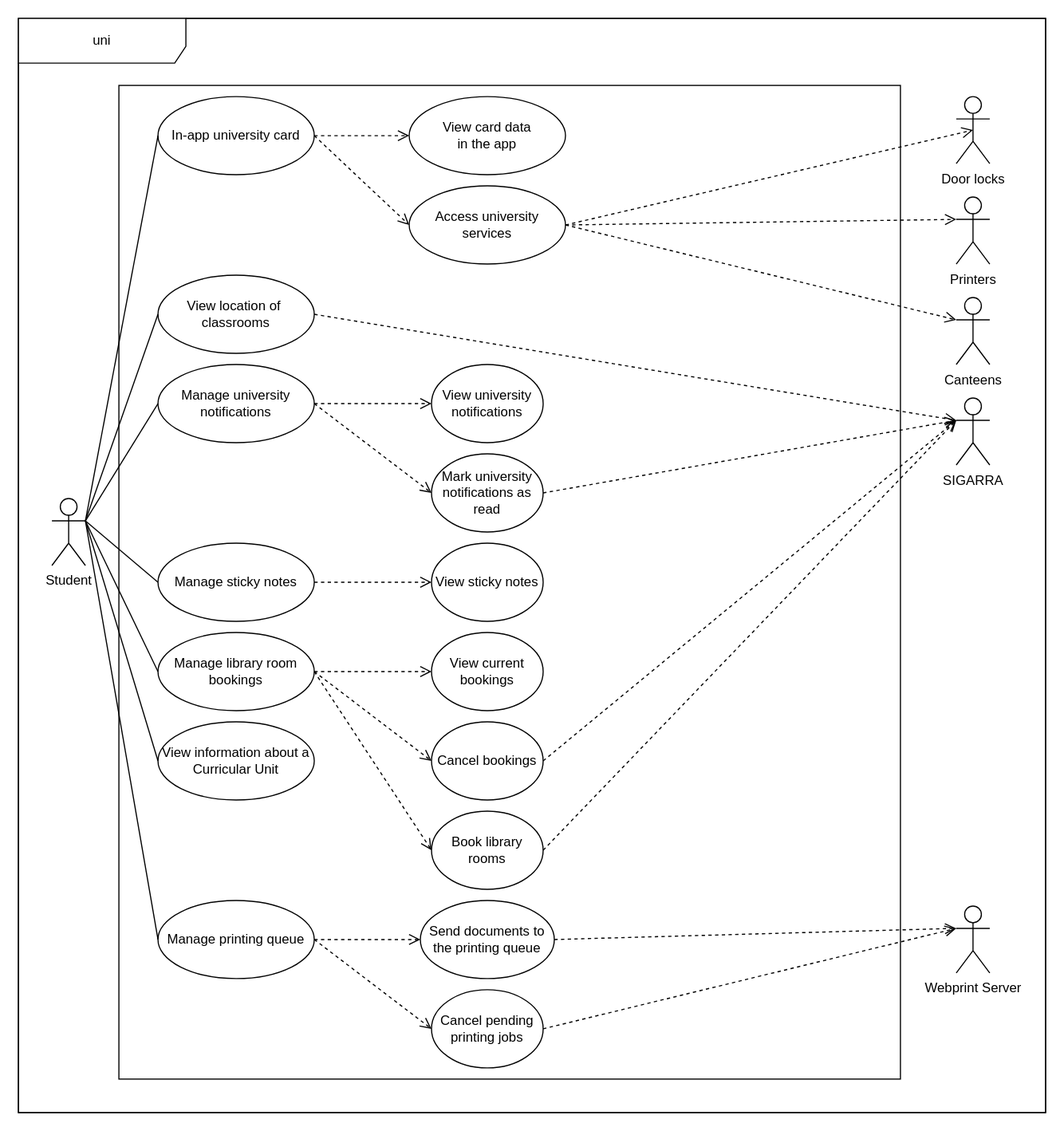
This is docs/diagrams/svg/use-case.svg from LEIC-ES-2021-22/2LEIC09T3, a draw.io export, as it was before one commit. Source tidied: cells renumbered, new cells last; positions are measured from the earlier drawing's top-left corner, leaving out a move shared by most shapes. Source of this version:
```xml
<mxGraphModel>
  <root>
    <mxCell id="0" />
    <mxCell id="1" parent="0" />
    <mxCell id="2" style="rounded=0;whiteSpace=wrap;html=1;fillColor=#FFFFFF;" parent="1" vertex="1">
      <mxGeometry width="920" height="980" as="geometry" />
    </mxCell>
    <mxCell id="3" value="uni" style="shape=umlFrame;whiteSpace=wrap;html=1;width=150;height=40;" parent="1" vertex="1">
      <mxGeometry width="920" height="980" as="geometry" />
    </mxCell>
    <mxCell id="4" style="html=1;verticalAlign=top;" parent="1" vertex="1">
      <mxGeometry x="90" y="60" width="700" height="890" as="geometry" />
    </mxCell>
    <mxCell id="5" value="&lt;div&gt;Student&lt;/div&gt;" style="shape=umlActor;verticalLabelPosition=bottom;verticalAlign=top;html=1;outlineConnect=0;fillColor=rgb(255, 255, 255);strokeColor=rgb(0, 0, 0);fontColor=rgb(0, 0, 0);" parent="1" vertex="1">
      <mxGeometry x="30" y="430" width="30" height="60" as="geometry" />
    </mxCell>
    <mxCell id="6" value="In-app university card" style="ellipse;whiteSpace=wrap;html=1;" parent="1" vertex="1">
      <mxGeometry x="125" y="70" width="140" height="70" as="geometry" />
    </mxCell>
    <mxCell id="7" value="Door locks" style="shape=umlActor;verticalLabelPosition=bottom;verticalAlign=top;html=1;outlineConnect=0;fillColor=rgb(255, 255, 255);strokeColor=rgb(0, 0, 0);fontColor=rgb(0, 0, 0);" parent="1" vertex="1">
      <mxGeometry x="840" y="70" width="30" height="60" as="geometry" />
    </mxCell>
    <mxCell id="8" style="endArrow=none;html=1;rounded=0;entryX=0;entryY=0.5;entryDx=0;entryDy=0;exitX=1;exitY=0.3333333333333333;exitDx=0;exitDy=0;exitPerimeter=0;" parent="1" edge="1" source="5" target="6">
      <mxGeometry relative="1" as="geometry" />
    </mxCell>
    <mxCell id="9" value="Access university&lt;br&gt;services" style="ellipse;whiteSpace=wrap;html=1;" parent="1" vertex="1">
      <mxGeometry x="350" y="150" width="140" height="70" as="geometry" />
    </mxCell>
    <mxCell id="10" value="View location of&amp;nbsp;&lt;br&gt;classrooms" style="ellipse;whiteSpace=wrap;html=1;" parent="1" vertex="1">
      <mxGeometry x="125" y="230" width="140" height="70" as="geometry" />
    </mxCell>
    <mxCell id="11" value="Manage university notifications" style="ellipse;whiteSpace=wrap;html=1;" parent="1" vertex="1">
      <mxGeometry x="125" y="310" width="140" height="70" as="geometry" />
    </mxCell>
    <mxCell id="12" value="Manage sticky notes" style="ellipse;whiteSpace=wrap;html=1;" parent="1" vertex="1">
      <mxGeometry x="125" y="470" width="140" height="70" as="geometry" />
    </mxCell>
    <mxCell id="13" value="Manage library room bookings" style="ellipse;whiteSpace=wrap;html=1;" parent="1" vertex="1">
      <mxGeometry x="125" y="550" width="140" height="70" as="geometry" />
    </mxCell>
    <mxCell id="14" value="Printers" style="shape=umlActor;verticalLabelPosition=bottom;verticalAlign=top;html=1;outlineConnect=0;fillColor=rgb(255, 255, 255);strokeColor=rgb(0, 0, 0);fontColor=rgb(0, 0, 0);" parent="1" vertex="1">
      <mxGeometry x="840" y="160" width="30" height="60" as="geometry" />
    </mxCell>
    <mxCell id="15" value="Canteens" style="shape=umlActor;verticalLabelPosition=bottom;verticalAlign=top;html=1;outlineConnect=0;fillColor=rgb(255, 255, 255);strokeColor=rgb(0, 0, 0);fontColor=rgb(0, 0, 0);" parent="1" vertex="1">
      <mxGeometry x="840" y="250" width="30" height="60" as="geometry" />
    </mxCell>
    <mxCell id="16" style="html=1;verticalAlign=bottom;endArrow=open;dashed=1;endSize=8;rounded=0;exitX=1;exitY=0.5;exitDx=0;exitDy=0;entryX=0.5;entryY=0.5;entryDx=0;entryDy=0;entryPerimeter=0;" parent="1" edge="1" source="9" target="7">
      <mxGeometry relative="1" as="geometry" />
    </mxCell>
    <mxCell id="17" style="html=1;verticalAlign=bottom;endArrow=open;dashed=1;endSize=8;rounded=0;exitX=1;exitY=0.5;exitDx=0;exitDy=0;entryX=0;entryY=0.3333333333333333;entryDx=0;entryDy=0;entryPerimeter=0;" parent="1" edge="1" source="9" target="14">
      <mxGeometry relative="1" as="geometry" />
    </mxCell>
    <mxCell id="18" style="html=1;verticalAlign=bottom;endArrow=open;dashed=1;endSize=8;rounded=0;exitX=1;exitY=0.5;exitDx=0;exitDy=0;entryX=0;entryY=0.3333333333333333;entryDx=0;entryDy=0;entryPerimeter=0;" parent="1" edge="1" source="9" target="15">
      <mxGeometry relative="1" as="geometry" />
    </mxCell>
    <mxCell id="19" style="endArrow=none;html=1;rounded=0;entryX=0;entryY=0.5;entryDx=0;entryDy=0;exitX=1;exitY=0.3333333333333333;exitDx=0;exitDy=0;exitPerimeter=0;" parent="1" edge="1" source="5" target="10">
      <mxGeometry relative="1" as="geometry" />
    </mxCell>
    <mxCell id="20" value="View university notifications" style="ellipse;whiteSpace=wrap;html=1;" parent="1" vertex="1">
      <mxGeometry x="370" y="310" width="100" height="70" as="geometry" />
    </mxCell>
    <mxCell id="21" style="html=1;verticalAlign=bottom;endArrow=open;dashed=1;endSize=8;rounded=0;exitX=1;exitY=0.5;exitDx=0;exitDy=0;entryX=0;entryY=0.5;entryDx=0;entryDy=0;" parent="1" edge="1" source="11" target="20">
      <mxGeometry relative="1" as="geometry" />
    </mxCell>
    <mxCell id="22" style="endArrow=none;html=1;rounded=0;entryX=0;entryY=0.5;entryDx=0;entryDy=0;exitX=1;exitY=0.3333333333333333;exitDx=0;exitDy=0;exitPerimeter=0;" parent="1" edge="1" source="5" target="11">
      <mxGeometry relative="1" as="geometry" />
    </mxCell>
    <mxCell id="23" style="html=1;verticalAlign=bottom;endArrow=open;dashed=1;endSize=8;rounded=0;entryX=0;entryY=0.5;entryDx=0;entryDy=0;exitX=1;exitY=0.5;exitDx=0;exitDy=0;" parent="1" edge="1" source="12" target="29">
      <mxGeometry relative="1" as="geometry" />
    </mxCell>
    <mxCell id="24" style="endArrow=none;html=1;rounded=0;entryX=0;entryY=0.5;entryDx=0;entryDy=0;exitX=1;exitY=0.3333333333333333;exitDx=0;exitDy=0;exitPerimeter=0;" parent="1" edge="1" source="5" target="12">
      <mxGeometry relative="1" as="geometry" />
    </mxCell>
    <mxCell id="25" style="html=1;verticalAlign=bottom;endArrow=open;dashed=1;endSize=8;rounded=0;exitX=1;exitY=0.5;exitDx=0;exitDy=0;entryX=0;entryY=0.5;entryDx=0;entryDy=0;" parent="1" edge="1" source="13" target="30">
      <mxGeometry relative="1" as="geometry" />
    </mxCell>
    <mxCell id="26" style="endArrow=none;html=1;rounded=0;exitX=0;exitY=0.5;exitDx=0;exitDy=0;entryX=1;entryY=0.3333333333333333;entryDx=0;entryDy=0;entryPerimeter=0;" parent="1" edge="1" source="13" target="5">
      <mxGeometry relative="1" as="geometry" />
    </mxCell>
    <mxCell id="27" value="Manage printing queue" style="ellipse;whiteSpace=wrap;html=1;" parent="1" vertex="1">
      <mxGeometry x="125" y="790" width="140" height="70" as="geometry" />
    </mxCell>
    <mxCell id="28" value="View information about a Curricular Unit" style="ellipse;whiteSpace=wrap;html=1;" parent="1" vertex="1">
      <mxGeometry x="125" y="630" width="140" height="70" as="geometry" />
    </mxCell>
    <mxCell id="29" value="View sticky notes" style="ellipse;whiteSpace=wrap;html=1;" parent="1" vertex="1">
      <mxGeometry x="370" y="470" width="100" height="70" as="geometry" />
    </mxCell>
    <mxCell id="30" value="View current bookings" style="ellipse;whiteSpace=wrap;html=1;" parent="1" vertex="1">
      <mxGeometry x="370" y="550" width="100" height="70" as="geometry" />
    </mxCell>
    <mxCell id="31" value="Send documents to the printing queue" style="ellipse;whiteSpace=wrap;html=1;" parent="1" vertex="1">
      <mxGeometry x="360" y="790" width="120" height="70" as="geometry" />
    </mxCell>
    <mxCell id="32" style="endArrow=none;html=1;rounded=0;entryX=0;entryY=0.5;entryDx=0;entryDy=0;exitX=1;exitY=0.3333333333333333;exitDx=0;exitDy=0;exitPerimeter=0;" parent="1" edge="1" source="5" target="27">
      <mxGeometry relative="1" as="geometry" />
    </mxCell>
    <mxCell id="33" style="endArrow=none;html=1;rounded=0;entryX=0;entryY=0.5;entryDx=0;entryDy=0;exitX=1;exitY=0.3333333333333333;exitDx=0;exitDy=0;exitPerimeter=0;" parent="1" edge="1" source="5" target="28">
      <mxGeometry relative="1" as="geometry" />
    </mxCell>
    <mxCell id="34" value="SIGARRA" style="shape=umlActor;verticalLabelPosition=bottom;verticalAlign=top;html=1;outlineConnect=0;fillColor=rgb(255, 255, 255);strokeColor=rgb(0, 0, 0);fontColor=rgb(0, 0, 0);" parent="1" vertex="1">
      <mxGeometry x="840" y="340" width="30" height="60" as="geometry" />
    </mxCell>
    <mxCell id="35" value="Webprint Server" style="shape=umlActor;verticalLabelPosition=bottom;verticalAlign=top;html=1;outlineConnect=0;fillColor=rgb(255, 255, 255);strokeColor=rgb(0, 0, 0);fontColor=rgb(0, 0, 0);" parent="1" vertex="1">
      <mxGeometry x="840" y="795" width="30" height="60" as="geometry" />
    </mxCell>
    <mxCell id="36" style="html=1;verticalAlign=bottom;endArrow=open;dashed=1;endSize=8;rounded=0;exitX=1;exitY=0.5;exitDx=0;exitDy=0;entryX=0;entryY=0.3333333333333333;entryDx=0;entryDy=0;entryPerimeter=0;" parent="1" edge="1" source="10" target="34">
      <mxGeometry relative="1" as="geometry" />
    </mxCell>
    <mxCell id="37" value="View card data&lt;br&gt;in the app" style="ellipse;whiteSpace=wrap;html=1;" parent="1" vertex="1">
      <mxGeometry x="350" y="70" width="140" height="70" as="geometry" />
    </mxCell>
    <mxCell id="38" style="html=1;verticalAlign=bottom;endArrow=open;dashed=1;endSize=8;rounded=0;exitX=1;exitY=0.5;exitDx=0;exitDy=0;entryX=0;entryY=0.5;entryDx=0;entryDy=0;" parent="1" edge="1" source="6" target="9">
      <mxGeometry relative="1" as="geometry" />
    </mxCell>
    <mxCell id="39" style="html=1;verticalAlign=bottom;endArrow=open;dashed=1;endSize=8;rounded=0;exitX=1;exitY=0.5;exitDx=0;exitDy=0;entryX=0;entryY=0.5;entryDx=0;entryDy=0;" parent="1" edge="1" source="6" target="37">
      <mxGeometry relative="1" as="geometry" />
    </mxCell>
    <mxCell id="40" value="Mark university notifications as read" style="ellipse;whiteSpace=wrap;html=1;" parent="1" vertex="1">
      <mxGeometry x="370" y="390" width="100" height="70" as="geometry" />
    </mxCell>
    <mxCell id="41" style="html=1;verticalAlign=bottom;endArrow=open;dashed=1;endSize=8;rounded=0;exitX=1;exitY=0.5;exitDx=0;exitDy=0;entryX=0;entryY=0.5;entryDx=0;entryDy=0;" parent="1" edge="1" source="11" target="40">
      <mxGeometry relative="1" as="geometry" />
    </mxCell>
    <mxCell id="42" style="html=1;verticalAlign=bottom;endArrow=open;dashed=1;endSize=8;rounded=0;exitX=1;exitY=0.5;exitDx=0;exitDy=0;" parent="1" edge="1" source="40">
      <mxGeometry relative="1" as="geometry">
        <mxPoint x="840" y="360" as="targetPoint" />
      </mxGeometry>
    </mxCell>
    <mxCell id="43" value="Cancel bookings" style="ellipse;whiteSpace=wrap;html=1;" parent="1" vertex="1">
      <mxGeometry x="370" y="630" width="100" height="70" as="geometry" />
    </mxCell>
    <mxCell id="44" style="html=1;verticalAlign=bottom;endArrow=open;dashed=1;endSize=8;rounded=0;exitX=1;exitY=0.5;exitDx=0;exitDy=0;entryX=0;entryY=0.5;entryDx=0;entryDy=0;" parent="1" edge="1" source="13" target="43">
      <mxGeometry relative="1" as="geometry" />
    </mxCell>
    <mxCell id="45" value="Book library rooms" style="ellipse;whiteSpace=wrap;html=1;" parent="1" vertex="1">
      <mxGeometry x="370" y="710" width="100" height="70" as="geometry" />
    </mxCell>
    <mxCell id="46" style="html=1;verticalAlign=bottom;endArrow=open;dashed=1;endSize=8;rounded=0;exitX=1;exitY=0.5;exitDx=0;exitDy=0;entryX=0;entryY=0.5;entryDx=0;entryDy=0;" parent="1" edge="1" source="27" target="31">
      <mxGeometry relative="1" as="geometry" />
    </mxCell>
    <mxCell id="47" value="Cancel pending printing jobs" style="ellipse;whiteSpace=wrap;html=1;" parent="1" vertex="1">
      <mxGeometry x="370" y="870" width="100" height="70" as="geometry" />
    </mxCell>
    <mxCell id="48" style="html=1;verticalAlign=bottom;endArrow=open;dashed=1;endSize=8;rounded=0;exitX=1;exitY=0.5;exitDx=0;exitDy=0;entryX=0;entryY=0.5;entryDx=0;entryDy=0;" parent="1" edge="1" source="13" target="45">
      <mxGeometry relative="1" as="geometry" />
    </mxCell>
    <mxCell id="49" style="html=1;verticalAlign=bottom;endArrow=open;dashed=1;endSize=8;rounded=0;exitX=1;exitY=0.5;exitDx=0;exitDy=0;entryX=0;entryY=0.5;entryDx=0;entryDy=0;" parent="1" edge="1" source="27" target="47">
      <mxGeometry relative="1" as="geometry" />
    </mxCell>
    <mxCell id="50" style="html=1;verticalAlign=bottom;endArrow=open;dashed=1;endSize=8;rounded=0;exitX=1;exitY=0.5;exitDx=0;exitDy=0;entryX=0;entryY=0.3333333333333333;entryDx=0;entryDy=0;entryPerimeter=0;" parent="1" edge="1" source="31" target="35">
      <mxGeometry relative="1" as="geometry" />
    </mxCell>
    <mxCell id="51" style="html=1;verticalAlign=bottom;endArrow=open;dashed=1;endSize=8;rounded=0;exitX=1;exitY=0.5;exitDx=0;exitDy=0;entryX=0;entryY=0.3333333333333333;entryDx=0;entryDy=0;entryPerimeter=0;" parent="1" edge="1" source="47" target="35">
      <mxGeometry relative="1" as="geometry" />
    </mxCell>
    <mxCell id="52" style="html=1;verticalAlign=bottom;endArrow=open;dashed=1;endSize=8;rounded=0;exitX=1;exitY=0.5;exitDx=0;exitDy=0;entryX=0;entryY=0.3333333333333333;entryDx=0;entryDy=0;entryPerimeter=0;" parent="1" edge="1" source="43" target="34">
      <mxGeometry relative="1" as="geometry" />
    </mxCell>
    <mxCell id="53" style="html=1;verticalAlign=bottom;endArrow=open;dashed=1;endSize=8;rounded=0;exitX=1;exitY=0.5;exitDx=0;exitDy=0;entryX=0;entryY=0.3333333333333333;entryDx=0;entryDy=0;entryPerimeter=0;" parent="1" edge="1" source="45" target="34">
      <mxGeometry relative="1" as="geometry" />
    </mxCell>
  </root>
</mxGraphModel>
```
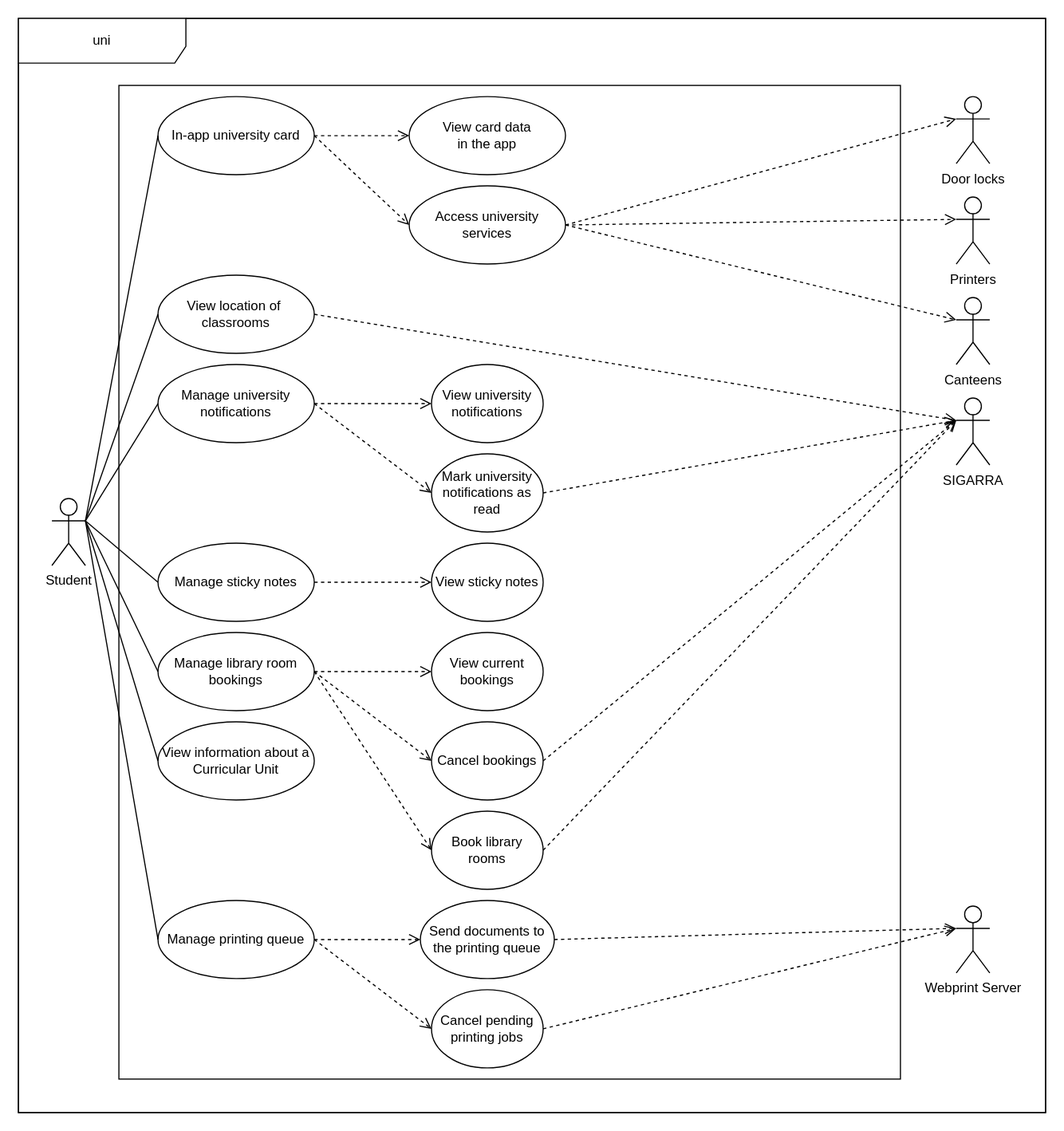
The same file after the commit.

Commit message:
chore: make arrows consistent

The edit, as a diff of the source:
```diff
@@ -1,4 +1,4 @@
-<mxGraphModel>
+<mxGraphModel background="#ffffff">
   <root>
     <mxCell id="0" />
     <mxCell id="1" parent="0" />
@@ -44,7 +44,7 @@
     <mxCell id="15" value="Canteens" style="shape=umlActor;verticalLabelPosition=bottom;verticalAlign=top;html=1;outlineConnect=0;fillColor=rgb(255, 255, 255);strokeColor=rgb(0, 0, 0);fontColor=rgb(0, 0, 0);" parent="1" vertex="1">
       <mxGeometry x="840" y="250" width="30" height="60" as="geometry" />
     </mxCell>
-    <mxCell id="16" style="html=1;verticalAlign=bottom;endArrow=open;dashed=1;endSize=8;rounded=0;exitX=1;exitY=0.5;exitDx=0;exitDy=0;entryX=0.5;entryY=0.5;entryDx=0;entryDy=0;entryPerimeter=0;" parent="1" edge="1" source="9" target="7">
+    <mxCell id="16" style="html=1;verticalAlign=bottom;endArrow=open;dashed=1;endSize=8;rounded=0;exitX=1;exitY=0.5;exitDx=0;exitDy=0;entryX=0;entryY=0.3333333333333333;entryDx=0;entryDy=0;entryPerimeter=0;" parent="1" edge="1" source="9" target="7">
       <mxGeometry relative="1" as="geometry" />
     </mxCell>
     <mxCell id="17" style="html=1;verticalAlign=bottom;endArrow=open;dashed=1;endSize=8;rounded=0;exitX=1;exitY=0.5;exitDx=0;exitDy=0;entryX=0;entryY=0.3333333333333333;entryDx=0;entryDy=0;entryPerimeter=0;" parent="1" edge="1" source="9" target="14">
```
